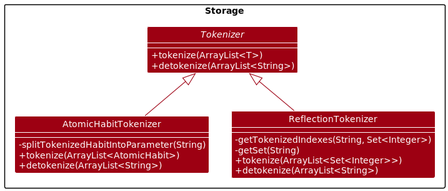
The PlantUML diagram docs/diagrams/Tokenizer.png in wenxin-c/tp, before a commit. Source of this version:
```plantuml
@startuml
!include style.puml
skinparam arrowThickness 1.1
skinparam arrowColor MODEL_COLOR
skinparam classBackgroundColor MODEL_COLOR

package "Storage" {
  interface Tokenizer {
    + tokenize(ArrayList<T>)
    + detokenize(ArrayList<String>)
  }

  class AtomicHabitTokenizer {
    - splitTokenizedHabitIntoParameter(String)
    + tokenize(ArrayList<AtomicHabit>)
    + detokenize(ArrayList<String>)
  }

  class ReflectionTokenizer {
    - getTokenizedIndexes(String, Set<Integer>)
    - getSet(String)
    + tokenize(ArrayList<Set<Integer>>)
    + detokenize(ArrayList<String>)
  }
}

Tokenizer <|-- AtomicHabitTokenizer
Tokenizer <|-- ReflectionTokenizer
@enduml
```
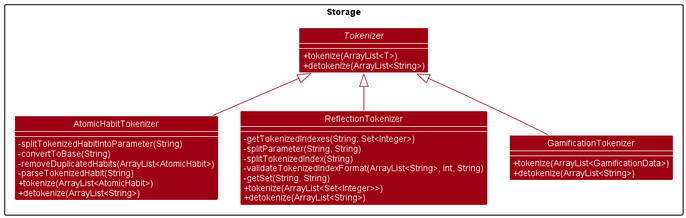
The same diagram one commit later.

Commit message:
Improve tokenizer diagram

Change to the diagram source:
```diff
@@ -12,18 +12,30 @@
 
   class AtomicHabitTokenizer {
     - splitTokenizedHabitIntoParameter(String)
+    - convertToBase(String)
+    - removeDuplicatedHabits(ArrayList<AtomicHabit>)
+    - parseTokenizedHabit(String)
     + tokenize(ArrayList<AtomicHabit>)
     + detokenize(ArrayList<String>)
   }
 
   class ReflectionTokenizer {
     - getTokenizedIndexes(String, Set<Integer>)
-    - getSet(String)
+    - splitParameter(String, String)
+    - splitTokenizedIndex(String)
+    - validateTokenizedIndexFormat(ArrayList<String>, int, String)
+    - getSet(String, String)
     + tokenize(ArrayList<Set<Integer>>)
+    + detokenize(ArrayList<String>)
+  }
+
+  class GamificationTokenizer {
+    + tokenize(ArrayList<GamificationData>)
     + detokenize(ArrayList<String>)
   }
 }
 
 Tokenizer <|-- AtomicHabitTokenizer
 Tokenizer <|-- ReflectionTokenizer
+Tokenizer <|-- GamificationTokenizer
 @enduml
```
